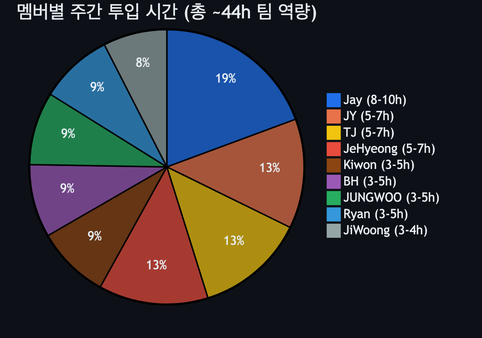
Above: products/hypeproof-workflow-diagrams/d7-color.png in JeHyeong2/hypeprooflab (Mermaid), before the change. Its source is kept beside it as products/hypeproof-workflow-diagrams/d7-color.mmd.
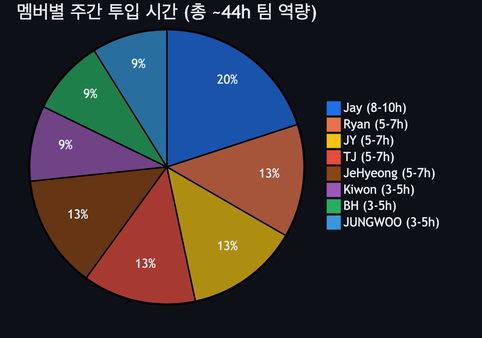
Above is the later version.

Change to the diagram source:
```diff
@@ -1,11 +1,10 @@
-%%{init: {'theme': 'base', 'themeVariables': {'pie1': '#1f6feb', 'pie2': '#e8734a', 'pie3': '#f1c40f', 'pie4': '#e74c3c', 'pie5': '#8b4513', 'pie6': '#9b59b6', 'pie7': '#27ae60', 'pie8': '#3498db', 'pie9': '#95a5a6'}}}%%
+%%{init: {'theme': 'base', 'themeVariables': {'pie1': '#1f6feb', 'pie2': '#e8734a', 'pie3': '#f1c40f', 'pie4': '#e74c3c', 'pie5': '#8b4513', 'pie6': '#9b59b6', 'pie7': '#27ae60', 'pie8': '#3498db'}}}%%
 pie title 멤버별 주간 투입 시간 (총 ~44h 팀 역량)
     "Jay (8-10h)" : 9
     "Kiwon (3-5h)" : 4
-    "JiWoong (3-4h)" : 3.5
+    "Ryan (5-7h)" : 6
     "JY (5-7h)" : 6
     "TJ (5-7h)" : 6
     "JeHyeong (5-7h)" : 6
     "BH (3-5h)" : 4
     "JUNGWOO (3-5h)" : 4
-    "Ryan (3-5h)" : 4
```
